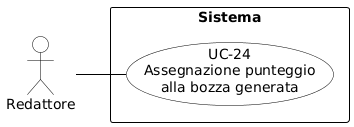
Above: RTB/Analisi dei Requisiti/diagrammi_use_case/UC-24.png in aLittleByte-19/Documentazione (PlantUML), before the change.
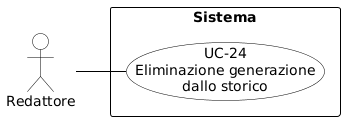
After the commit.

What changed in the source:
```diff
@@ -19,11 +19,11 @@
     FontStyle bold
 }
 
-actor "Redattore" as R
+actor "Redattore" as redattore
 
 rectangle "Sistema" {
-    usecase "UC-24\nAssegnazione punteggio\nalla bozza generata" as UC24
+    usecase "UC-24\nEliminazione generazione\ndallo storico" as UC24
 }
 
-R -- UC24
+redattore -- UC24
 @enduml
```
